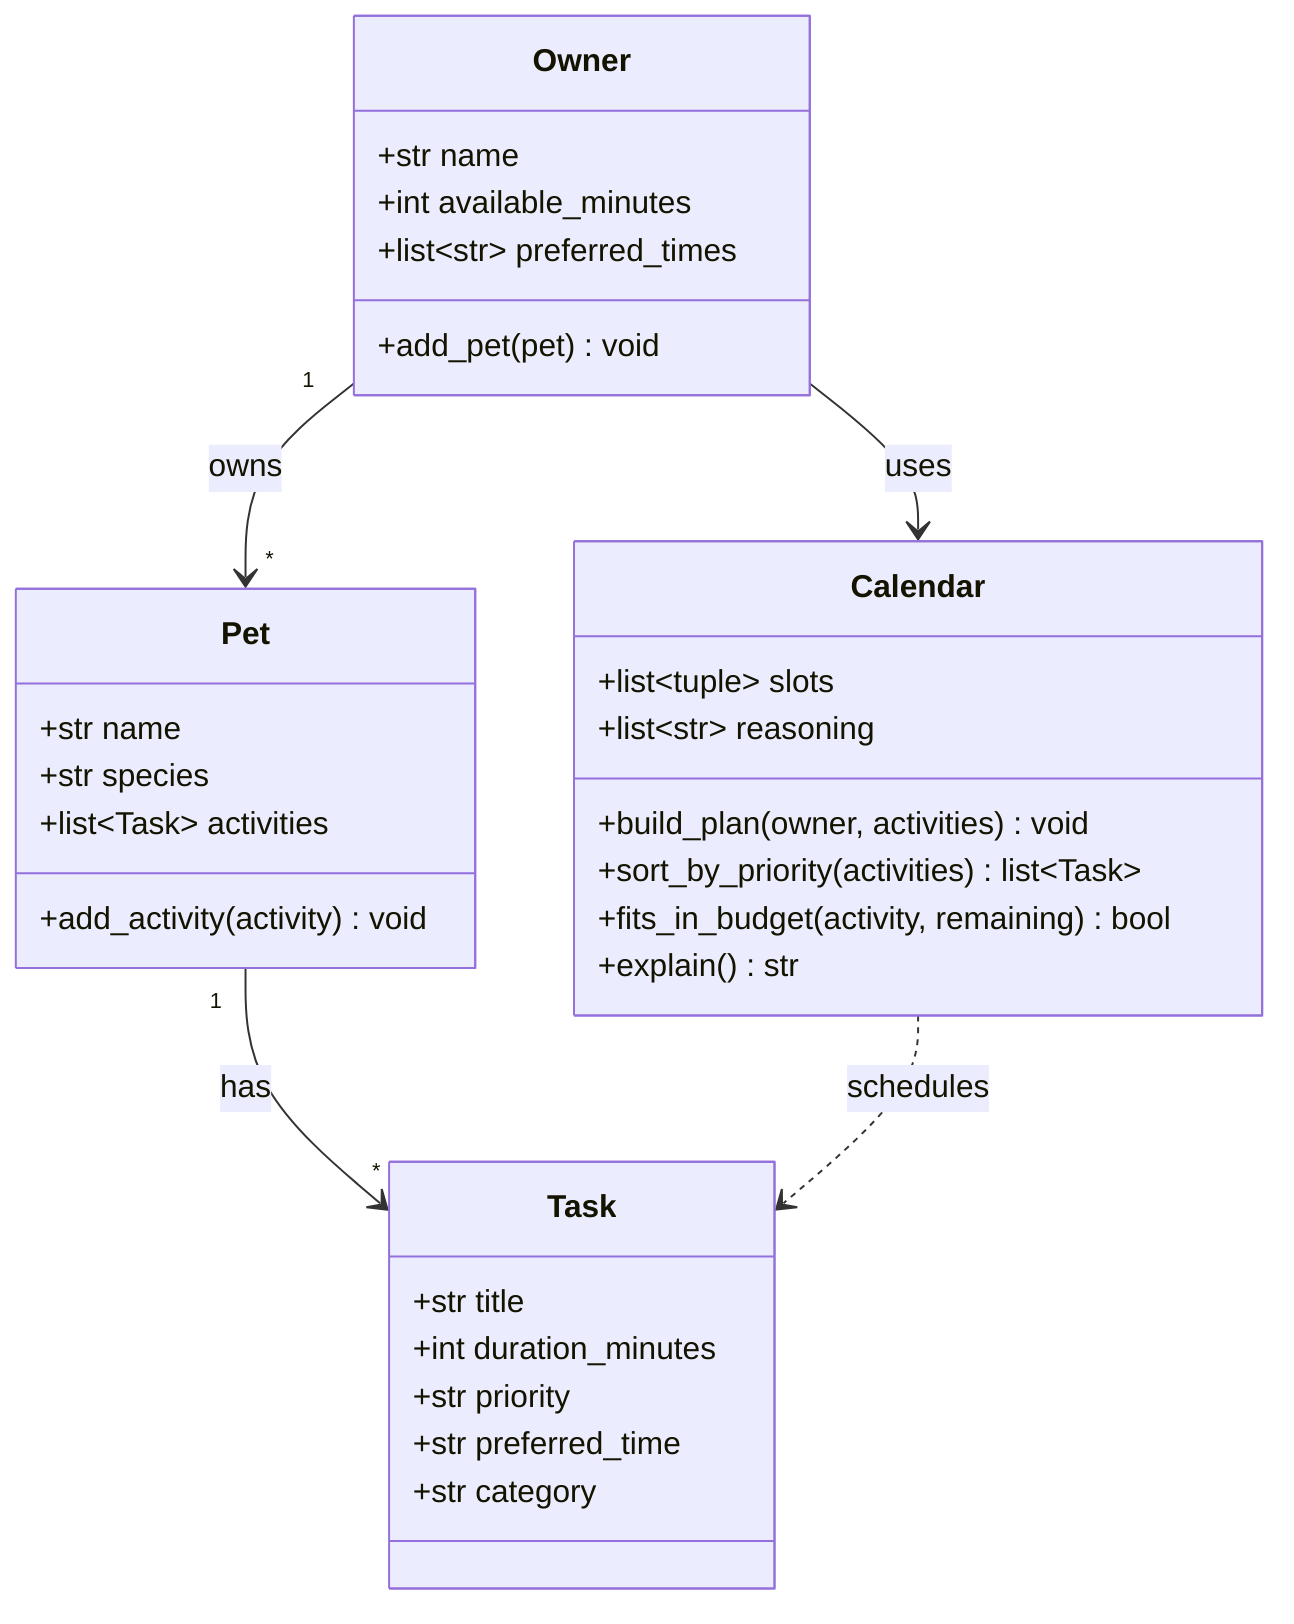
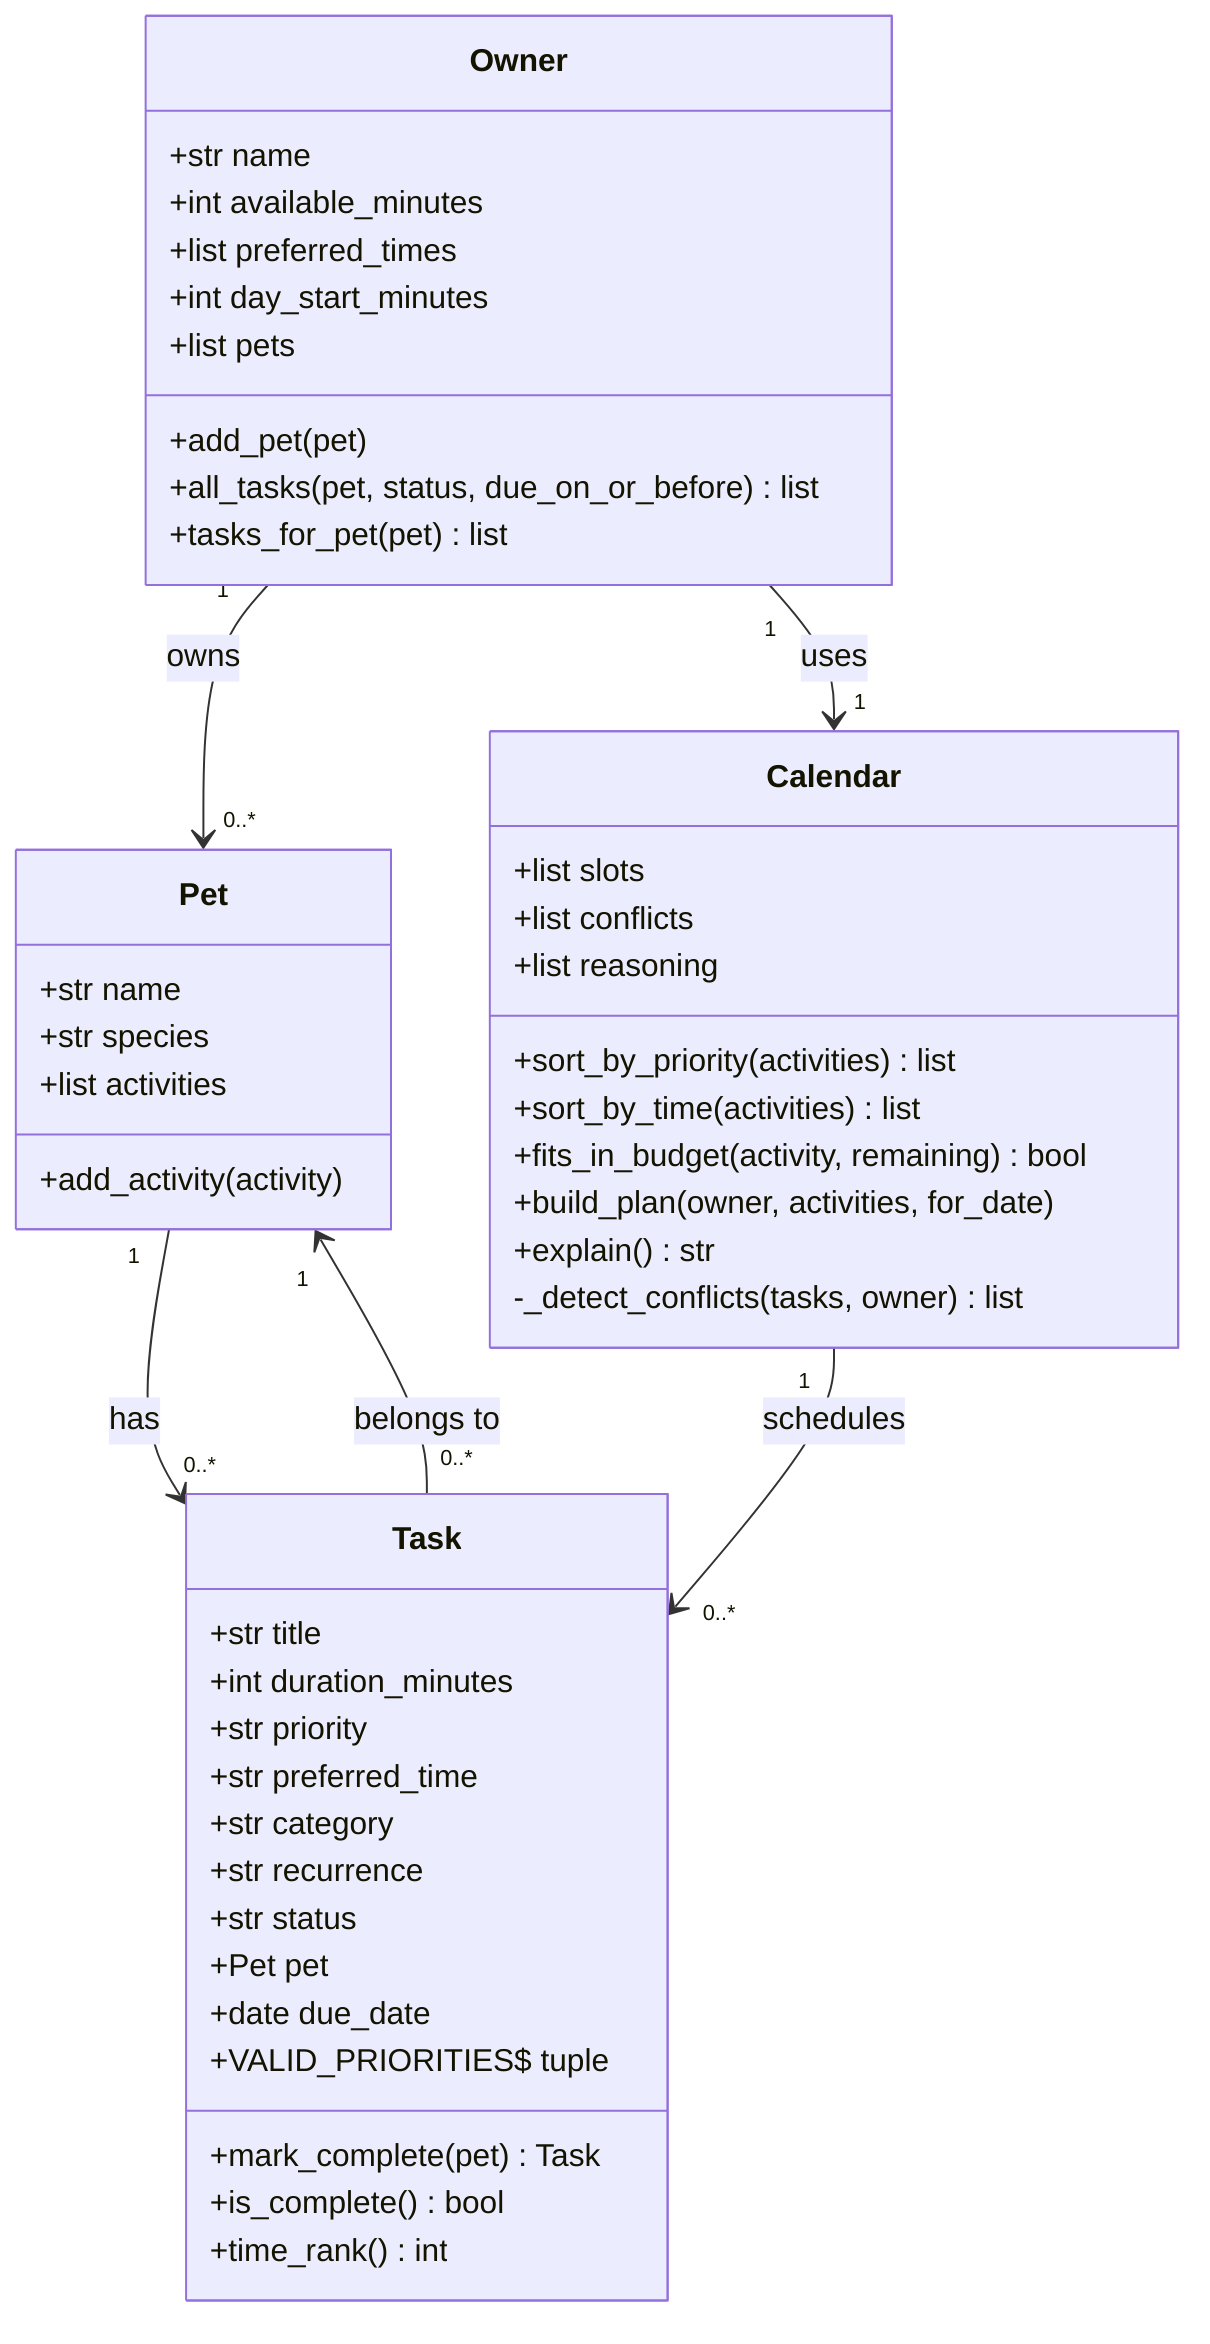
classDiagram
-     %% PawPal+ class diagram (4 classes)
-     %% Keep this file updated so it matches your final implementation.

    class Owner {
        +str name
        +int available_minutes
-         +list~str~ preferred_times
-         +add_pet(pet) void
+         +list preferred_times
+         +int day_start_minutes
+         +list pets
+         +add_pet(pet)
+         +all_tasks(pet, status, due_on_or_before) list
+         +tasks_for_pet(pet) list
    }

    class Pet {
        +str name
        +str species
-         +list~Task~ activities
-         +add_activity(activity) void
+         +list activities
+         +add_activity(activity)
    }

    class Task {
        +str title
        +int duration_minutes
        +str priority
        +str preferred_time
        +str category
+         +str recurrence
+         +str status
+         +Pet pet
+         +date due_date
+         +VALID_PRIORITIES$ tuple
+         +mark_complete(pet) Task
+         +is_complete() bool
+         +time_rank() int
    }

    class Calendar {
-         +list~tuple~ slots
-         +list~str~ reasoning
-         +build_plan(owner, activities) void
-         +sort_by_priority(activities) list~Task~
+         +list slots
+         +list conflicts
+         +list reasoning
+         +sort_by_priority(activities) list
+         +sort_by_time(activities) list
        +fits_in_budget(activity, remaining) bool
+         +build_plan(owner, activities, for_date)
        +explain() str
+         -_detect_conflicts(tasks, owner) list
    }

-     Owner "1" --> "*" Pet : owns
-     Pet "1" --> "*" Task : has
-     Owner --> Calendar : uses
-     Calendar ..> Task : schedules
+     Owner "1" --> "0..*" Pet : owns
+     Pet "1" --> "0..*" Task : has
+     Task "0..*" --> "1" Pet : belongs to
+     Owner "1" --> "1" Calendar : uses
+     Calendar "1" --> "0..*" Task : schedules